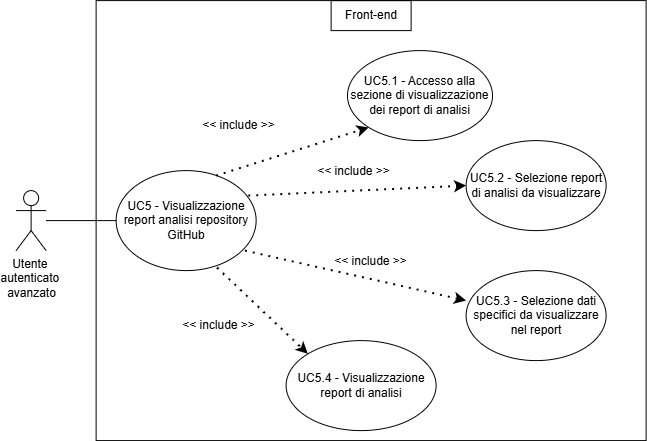
The draw.io diagram assets/diagrams/UC5.png in SkarabGroup/DocumentazioneProgetto, before a commit. Source tidied: cells renumbered, new cells last; positions are measured from the earlier drawing's top-left corner, leaving out a move shared by most shapes.
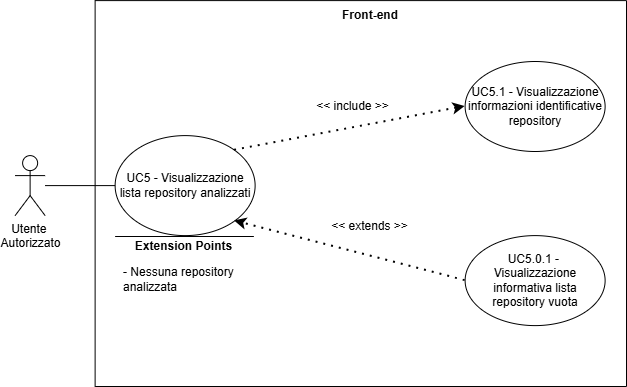
The same diagram one commit later.

Diff of the diagram source:
```diff
@@ -2,55 +2,49 @@
   <root>
     <mxCell id="0" />
     <mxCell id="1" parent="0" />
+    <mxCell id="3" style="swimlane;startSize=0;" parent="1" vertex="1">
+      <mxGeometry x="79.6" y="0.1" width="531.4" height="385.9" as="geometry" />
+    </mxCell>
+    <mxCell id="17" value="Front-end" style="text;html=1;whiteSpace=wrap;strokeColor=none;fillColor=none;align=center;verticalAlign=middle;rounded=0;perimeterSpacing=1;fontStyle=1;" parent="3" vertex="1">
+      <mxGeometry x="235" width="80" height="30" as="geometry" />
+    </mxCell>
-    <mxCell id="2" value="&lt;div&gt;Utente&amp;nbsp;&lt;/div&gt;&lt;div&gt;autenticato&amp;nbsp;&lt;/div&gt;&lt;div&gt;avanzato&lt;/div&gt;" style="shape=umlActor;verticalLabelPosition=bottom;verticalAlign=top;html=1;outlineConnect=0;" parent="1" vertex="1">
-      <mxGeometry x="-0.4" y="190.1" width="30" height="60" as="geometry" />
+    <mxCell id="2" value="&lt;div&gt;Utente&amp;nbsp;&lt;/div&gt;&lt;div&gt;Autorizzato&lt;/div&gt;" style="shape=umlActor;verticalLabelPosition=bottom;verticalAlign=top;html=1;outlineConnect=0;" parent="3" vertex="1">
+      <mxGeometry x="-80" y="155" width="30" height="60" as="geometry" />
     </mxCell>
-    <mxCell id="3" style="swimlane;startSize=0;" parent="1" vertex="1">
-      <mxGeometry x="79.6" y="0.1" width="550" height="440" as="geometry" />
-    </mxCell>
-    <mxCell id="4" value="UC5 - Visualizzazione report analisi repository GitHub" style="ellipse;whiteSpace=wrap;html=1;" parent="3" vertex="1">
-      <mxGeometry x="20" y="170" width="140" height="100" as="geometry" />
+    <mxCell id="4" value="UC5 - Visualizzazione lista repository analizzati" style="ellipse;whiteSpace=wrap;html=1;" parent="3" vertex="1">
+      <mxGeometry x="20" y="135" width="140" height="100" as="geometry" />
     </mxCell>
-    <mxCell id="5" value="UC5.1 - Accesso alla sezione di visualizzazione dei report di analisi" style="ellipse;whiteSpace=wrap;html=1;" parent="3" vertex="1">
-      <mxGeometry x="251.4" y="50" width="145" height="90" as="geometry" />
-    </mxCell>
-    <mxCell id="6" style="endArrow=classic;dashed=1;html=1;dashPattern=1 3;strokeWidth=2;rounded=0;entryX=0;entryY=1;entryDx=0;entryDy=0;strokeColor=default;curved=0;endFill=1;endSize=6;exitX=0.714;exitY=0.05;exitDx=0;exitDy=0;exitPerimeter=0;" parent="3" edge="1" source="4" target="5">
-      <mxGeometry relative="1" as="geometry" />
-    </mxCell>
     <mxCell id="7" value="&amp;lt;&amp;lt; include &amp;gt;&amp;gt;" style="text;html=1;whiteSpace=wrap;strokeColor=none;fillColor=none;align=center;verticalAlign=middle;rounded=0;" parent="3" vertex="1">
-      <mxGeometry x="210" y="155.9" width="95" height="30" as="geometry" />
+      <mxGeometry x="210" y="90.9" width="95" height="30" as="geometry" />
     </mxCell>
-    <mxCell id="8" value="UC5.2 - Selezione report di analisi da visualizzare" style="ellipse;whiteSpace=wrap;html=1;" parent="3" vertex="1">
-      <mxGeometry x="370" y="140" width="140" height="90" as="geometry" />
+    <mxCell id="8" value="UC5.1 - Visualizzazione informazioni identificative repository" style="ellipse;whiteSpace=wrap;html=1;" parent="3" vertex="1">
+      <mxGeometry x="370" y="60.9" width="140" height="90" as="geometry" />
     </mxCell>
-    <mxCell id="9" style="endArrow=classic;dashed=1;html=1;dashPattern=1 3;strokeWidth=2;rounded=0;entryX=0;entryY=0.5;entryDx=0;entryDy=0;exitX=0.944;exitY=0.25;exitDx=0;exitDy=0;strokeColor=default;curved=0;endFill=1;endSize=6;exitPerimeter=0;" parent="3" edge="1" source="4" target="8">
+    <mxCell id="9" style="endArrow=classic;dashed=1;html=1;dashPattern=1 3;strokeWidth=2;rounded=0;entryX=0;entryY=0.5;entryDx=0;entryDy=0;exitX=1;exitY=0;exitDx=0;exitDy=0;strokeColor=default;curved=0;endFill=1;endSize=6;" parent="3" edge="1" source="4" target="8">
       <mxGeometry relative="1" as="geometry" />
     </mxCell>
-    <mxCell id="10" value="&amp;lt;&amp;lt; include &amp;gt;&amp;gt;" style="text;html=1;whiteSpace=wrap;strokeColor=none;fillColor=none;align=center;verticalAlign=middle;rounded=0;" parent="3" vertex="1">
-      <mxGeometry x="227.5" y="245.9" width="95" height="30" as="geometry" />
+    <mxCell id="10" value="&amp;lt;&amp;lt; extends &amp;gt;&amp;gt;" style="text;html=1;whiteSpace=wrap;strokeColor=none;fillColor=none;align=center;verticalAlign=middle;rounded=0;" parent="3" vertex="1">
+      <mxGeometry x="227.5" y="210.9" width="95" height="30" as="geometry" />
     </mxCell>
-    <mxCell id="11" value="UC5.3 - Selezione dati specifici da visualizzare nel report" style="ellipse;whiteSpace=wrap;html=1;" parent="3" vertex="1">
-      <mxGeometry x="370" y="270" width="140" height="90" as="geometry" />
+    <mxCell id="11" value="UC5.0.1 -&amp;nbsp;&lt;div&gt;Visualizzazione informativa lista repository vuota&lt;/div&gt;" style="ellipse;whiteSpace=wrap;html=1;" parent="3" vertex="1">
+      <mxGeometry x="370" y="235" width="140" height="90" as="geometry" />
     </mxCell>
-    <mxCell id="12" style="endArrow=classic;dashed=1;html=1;dashPattern=1 3;strokeWidth=2;rounded=0;entryX=0;entryY=0.333;entryDx=0;entryDy=0;exitX=0.92;exitY=0.8;exitDx=0;exitDy=0;strokeColor=default;curved=0;endFill=1;endSize=6;entryPerimeter=0;exitPerimeter=0;" parent="3" edge="1" source="4" target="11">
+    <mxCell id="12" style="endArrow=classic;dashed=1;html=1;dashPattern=1 3;strokeWidth=2;rounded=0;exitX=0;exitY=0.5;exitDx=0;exitDy=0;strokeColor=default;curved=0;endFill=1;endSize=6;entryX=1;entryY=1;entryDx=0;entryDy=0;" parent="3" edge="1" source="11" target="4">
       <mxGeometry relative="1" as="geometry" />
     </mxCell>
-    <mxCell id="13" value="&amp;lt;&amp;lt; include &amp;gt;&amp;gt;" style="text;html=1;whiteSpace=wrap;strokeColor=none;fillColor=none;align=center;verticalAlign=middle;rounded=0;" parent="3" vertex="1">
-      <mxGeometry x="95" y="110" width="95" height="30" as="geometry" />
-    </mxCell>
-    <mxCell id="14" value="&amp;lt;&amp;lt; include &amp;gt;&amp;gt;" style="text;html=1;whiteSpace=wrap;strokeColor=none;fillColor=none;align=center;verticalAlign=middle;rounded=0;" parent="3" vertex="1">
-      <mxGeometry x="75" y="310" width="95" height="30" as="geometry" />
-    </mxCell>
-    <mxCell id="15" value="UC5.4 - Visualizzazione report di analisi" style="ellipse;whiteSpace=wrap;html=1;" parent="3" vertex="1">
-      <mxGeometry x="190" y="340" width="150" height="90" as="geometry" />
-    </mxCell>
-    <mxCell id="16" style="endArrow=classic;dashed=1;html=1;dashPattern=1 3;strokeWidth=2;rounded=0;entryX=0;entryY=0;entryDx=0;entryDy=0;strokeColor=default;curved=0;endFill=1;endSize=6;exitX=0.721;exitY=0.97;exitDx=0;exitDy=0;exitPerimeter=0;" parent="3" edge="1" source="4" target="15">
-      <mxGeometry relative="1" as="geometry" />
-    </mxCell>
-    <mxCell id="17" value="Front-end" style="text;html=1;whiteSpace=wrap;strokeColor=default;fillColor=none;align=center;verticalAlign=middle;rounded=0;perimeterSpacing=1;" parent="3" vertex="1">
-      <mxGeometry x="235" width="80" height="30" as="geometry" />
-    </mxCell>
+    <mxCell id="19" style="endArrow=none;html=1;rounded=0;" parent="3" edge="1">
+      <mxGeometry relative="1" as="geometry">
+        <mxPoint x="158.8" y="235.9" as="sourcePoint" />
+        <mxPoint x="20" y="235.9" as="targetPoint" />
+      </mxGeometry>
+    </mxCell>
+    <mxCell id="20" value="&lt;b&gt;Extension Points&lt;/b&gt;" style="text;html=1;whiteSpace=wrap;strokeColor=none;fillColor=none;align=center;verticalAlign=middle;rounded=0;strokeWidth=5;" parent="3" vertex="1">
+      <mxGeometry x="31.9" y="230.9" width="115" height="30" as="geometry" />
+    </mxCell>
+    <mxCell id="21" value="&lt;div align=&quot;left&quot;&gt;- Nessuna repository analizzata&lt;/div&gt;" style="text;html=1;whiteSpace=wrap;strokeColor=none;fillColor=none;align=left;verticalAlign=middle;rounded=0;" parent="3" vertex="1">
+      <mxGeometry x="26.9" y="235.9" width="147" height="85" as="geometry" />
+    </mxCell>
-    <mxCell id="18" style="endArrow=none;html=1;rounded=0;entryX=0;entryY=0.5;entryDx=0;entryDy=0;" parent="1" edge="1" source="2" target="4">
+    <mxCell id="18" style="endArrow=none;html=1;rounded=0;entryX=0;entryY=0.5;entryDx=0;entryDy=0;" parent="3" edge="1" source="2" target="4">
       <mxGeometry relative="1" as="geometry" />
     </mxCell>
   </root>
```
